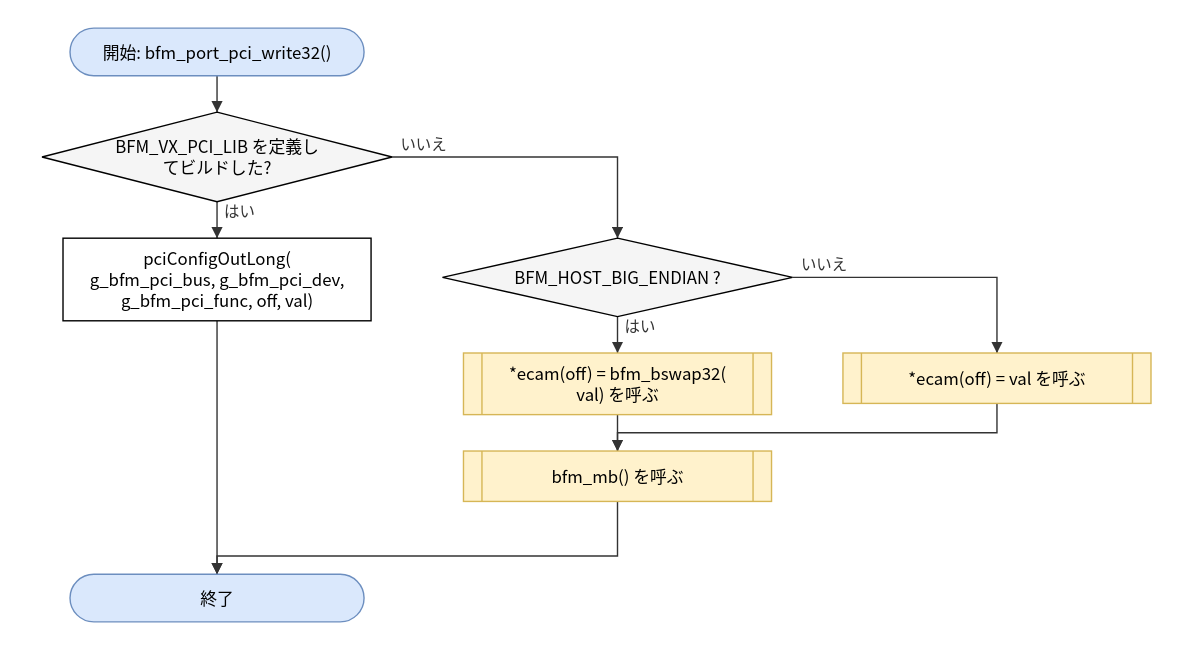
Before: doc/spec/images/flow_port_vxworks_port_vxworks__bfm_port_pci_write32.drawio.svg, a diagram exported from draw.io (hf355051012-ai/bfmem). Source tidied: cells renumbered, new cells last; positions are measured from the earlier drawing's top-left corner, leaving out a move shared by most shapes. Its diagram source:
```xml
<mxGraphModel>
  <root>
    <mxCell id="0" />
    <mxCell id="1" parent="0" />
    <mxCell id="2" value="開始: bfm_port_pci_write32()" style="rounded=1;arcSize=50;whiteSpace=wrap;html=1;fillColor=#dae8fc;strokeColor=#6c8ebf;" parent="1" vertex="1">
      <mxGeometry x="20" width="210" height="34" as="geometry" />
    </mxCell>
    <mxCell id="3" value="BFM_VX_PCI_LIB を定義し&lt;br&gt;てビルドした?" style="rhombus;whiteSpace=wrap;html=1;fillColor=#f5f5f5;" parent="1" vertex="1">
      <mxGeometry y="60" width="250" height="64" as="geometry" />
    </mxCell>
    <mxCell id="4" value="pciConfigOutLong(&lt;br&gt;g_bfm_pci_bus, g_bfm_pci_dev,&lt;br&gt;g_bfm_pci_func, off, val)" style="rounded=0;whiteSpace=wrap;html=1;" parent="1" vertex="1">
      <mxGeometry x="15" y="150" width="220" height="59" as="geometry" />
    </mxCell>
    <mxCell id="5" value="BFM_HOST_BIG_ENDIAN ?" style="rhombus;whiteSpace=wrap;html=1;fillColor=#f5f5f5;" parent="1" vertex="1">
      <mxGeometry x="286" y="150" width="250" height="56" as="geometry" />
    </mxCell>
    <mxCell id="6" value="*ecam(off) = bfm_bswap32(&lt;br&gt;val) を呼ぶ" style="shape=process;whiteSpace=wrap;html=1;backgroundOutline=1;size=0.06;fillColor=#fff2cc;strokeColor=#d6b656;" parent="1" vertex="1">
      <mxGeometry x="301" y="232" width="220" height="44" as="geometry" />
    </mxCell>
    <mxCell id="7" value="*ecam(off) = val を呼ぶ" style="shape=process;whiteSpace=wrap;html=1;backgroundOutline=1;size=0.06;fillColor=#fff2cc;strokeColor=#d6b656;" parent="1" vertex="1">
      <mxGeometry x="572" y="232" width="220" height="36" as="geometry" />
    </mxCell>
    <mxCell id="8" value="bfm_mb() を呼ぶ" style="shape=process;whiteSpace=wrap;html=1;backgroundOutline=1;size=0.06;fillColor=#fff2cc;strokeColor=#d6b656;" parent="1" vertex="1">
      <mxGeometry x="301" y="302" width="220" height="36" as="geometry" />
    </mxCell>
    <mxCell id="9" value="終了" style="rounded=1;arcSize=50;whiteSpace=wrap;html=1;fillColor=#dae8fc;strokeColor=#6c8ebf;" parent="1" vertex="1">
      <mxGeometry x="20" y="390" width="210" height="34" as="geometry" />
    </mxCell>
    <mxCell id="10" style="edgeStyle=none;html=1;rounded=0;endArrow=block;endFill=1;exitX=0.5000;exitY=1.0000;exitDx=0;exitDy=0;exitPerimeter=0;entryX=0.5000;entryY=0.0000;entryDx=0;entryDy=0;entryPerimeter=0;" parent="1" edge="1" source="2" target="3">
      <mxGeometry relative="1" as="geometry" />
    </mxCell>
    <mxCell id="11" value="はい" style="edgeStyle=none;html=1;rounded=0;endArrow=block;endFill=1;exitX=0.5000;exitY=1.0000;exitDx=0;exitDy=0;exitPerimeter=0;entryX=0.5000;entryY=0.0000;entryDx=0;entryDy=0;entryPerimeter=0;" parent="1" edge="1" source="3" target="4">
      <mxGeometry relative="1" as="geometry" />
    </mxCell>
    <mxCell id="12" value="いいえ" style="edgeStyle=none;html=1;rounded=0;endArrow=block;endFill=1;exitX=1.0000;exitY=0.5000;exitDx=0;exitDy=0;exitPerimeter=0;entryX=0.5000;entryY=0.0000;entryDx=0;entryDy=0;entryPerimeter=0;" parent="1" edge="1" source="3" target="5">
      <mxGeometry relative="1" as="geometry">
        <Array as="points">
          <mxPoint x="411" y="92" />
        </Array>
      </mxGeometry>
    </mxCell>
    <mxCell id="13" value="はい" style="edgeStyle=none;html=1;rounded=0;endArrow=block;endFill=1;exitX=0.5000;exitY=1.0000;exitDx=0;exitDy=0;exitPerimeter=0;entryX=0.5000;entryY=0.0000;entryDx=0;entryDy=0;entryPerimeter=0;" parent="1" edge="1" source="5" target="6">
      <mxGeometry relative="1" as="geometry" />
    </mxCell>
    <mxCell id="14" value="いいえ" style="edgeStyle=none;html=1;rounded=0;endArrow=block;endFill=1;exitX=1.0000;exitY=0.5000;exitDx=0;exitDy=0;exitPerimeter=0;entryX=0.5000;entryY=0.0000;entryDx=0;entryDy=0;entryPerimeter=0;" parent="1" edge="1" source="5" target="7">
      <mxGeometry relative="1" as="geometry">
        <Array as="points">
          <mxPoint x="682" y="178" />
        </Array>
      </mxGeometry>
    </mxCell>
    <mxCell id="15" style="edgeStyle=none;html=1;rounded=0;endArrow=block;endFill=1;exitX=0.5000;exitY=1.0000;exitDx=0;exitDy=0;exitPerimeter=0;entryX=0.5000;entryY=0.0000;entryDx=0;entryDy=0;entryPerimeter=0;" parent="1" edge="1" source="6" target="8">
      <mxGeometry relative="1" as="geometry" />
    </mxCell>
    <mxCell id="16" style="edgeStyle=none;html=1;rounded=0;endArrow=block;endFill=1;exitX=0.5000;exitY=1.0000;exitDx=0;exitDy=0;exitPerimeter=0;entryX=0.5000;entryY=0.0000;entryDx=0;entryDy=0;entryPerimeter=0;" parent="1" edge="1" source="7" target="8">
      <mxGeometry relative="1" as="geometry">
        <Array as="points">
          <mxPoint x="682" y="289" />
          <mxPoint x="411" y="289" />
        </Array>
      </mxGeometry>
    </mxCell>
    <mxCell id="17" style="edgeStyle=none;html=1;rounded=0;endArrow=block;endFill=1;exitX=0.5000;exitY=1.0000;exitDx=0;exitDy=0;exitPerimeter=0;entryX=0.5000;entryY=0.0000;entryDx=0;entryDy=0;entryPerimeter=0;" parent="1" edge="1" source="4" target="9">
      <mxGeometry relative="1" as="geometry" />
    </mxCell>
    <mxCell id="18" style="edgeStyle=none;html=1;rounded=0;endArrow=block;endFill=1;exitX=0.5000;exitY=1.0000;exitDx=0;exitDy=0;exitPerimeter=0;entryX=0.5000;entryY=0.0000;entryDx=0;entryDy=0;entryPerimeter=0;" parent="1" edge="1" source="8" target="9">
      <mxGeometry relative="1" as="geometry">
        <Array as="points">
          <mxPoint x="411" y="377" />
          <mxPoint x="125" y="377" />
        </Array>
      </mxGeometry>
    </mxCell>
  </root>
</mxGraphModel>
```
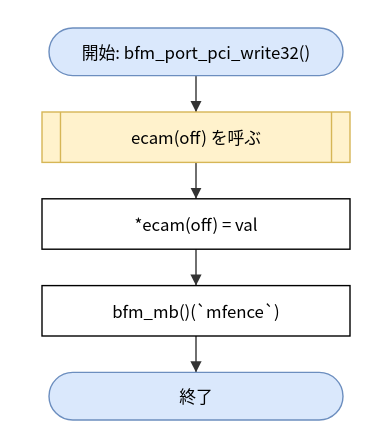
The same diagram one commit later.

Change to the diagram source:
```diff
@@ -3,73 +3,31 @@
     <mxCell id="0" />
     <mxCell id="1" parent="0" />
     <mxCell id="2" value="開始: bfm_port_pci_write32()" style="rounded=1;arcSize=50;whiteSpace=wrap;html=1;fillColor=#dae8fc;strokeColor=#6c8ebf;" parent="1" vertex="1">
-      <mxGeometry x="20" width="210" height="34" as="geometry" />
+      <mxGeometry x="5" width="210" height="34" as="geometry" />
     </mxCell>
-    <mxCell id="3" value="BFM_VX_PCI_LIB を定義し&lt;br&gt;てビルドした?" style="rhombus;whiteSpace=wrap;html=1;fillColor=#f5f5f5;" parent="1" vertex="1">
-      <mxGeometry y="60" width="250" height="64" as="geometry" />
+    <mxCell id="3" value="ecam(off) を呼ぶ" style="shape=process;whiteSpace=wrap;html=1;backgroundOutline=1;size=0.06;fillColor=#fff2cc;strokeColor=#d6b656;" parent="1" vertex="1">
+      <mxGeometry y="60" width="220" height="36" as="geometry" />
     </mxCell>
-    <mxCell id="4" value="pciConfigOutLong(&lt;br&gt;g_bfm_pci_bus, g_bfm_pci_dev,&lt;br&gt;g_bfm_pci_func, off, val)" style="rounded=0;whiteSpace=wrap;html=1;" parent="1" vertex="1">
-      <mxGeometry x="15" y="150" width="220" height="59" as="geometry" />
+    <mxCell id="4" value="*ecam(off) = val" style="rounded=0;whiteSpace=wrap;html=1;" parent="1" vertex="1">
+      <mxGeometry y="122" width="220" height="36" as="geometry" />
     </mxCell>
-    <mxCell id="5" value="BFM_HOST_BIG_ENDIAN ?" style="rhombus;whiteSpace=wrap;html=1;fillColor=#f5f5f5;" parent="1" vertex="1">
-      <mxGeometry x="286" y="150" width="250" height="56" as="geometry" />
+    <mxCell id="5" value="bfm_mb()(`mfence`)" style="rounded=0;whiteSpace=wrap;html=1;" parent="1" vertex="1">
+      <mxGeometry y="184" width="220" height="36" as="geometry" />
     </mxCell>
-    <mxCell id="6" value="*ecam(off) = bfm_bswap32(&lt;br&gt;val) を呼ぶ" style="shape=process;whiteSpace=wrap;html=1;backgroundOutline=1;size=0.06;fillColor=#fff2cc;strokeColor=#d6b656;" parent="1" vertex="1">
-      <mxGeometry x="301" y="232" width="220" height="44" as="geometry" />
+    <mxCell id="6" value="終了" style="rounded=1;arcSize=50;whiteSpace=wrap;html=1;fillColor=#dae8fc;strokeColor=#6c8ebf;" parent="1" vertex="1">
+      <mxGeometry x="5" y="246" width="210" height="34" as="geometry" />
     </mxCell>
-    <mxCell id="7" value="*ecam(off) = val を呼ぶ" style="shape=process;whiteSpace=wrap;html=1;backgroundOutline=1;size=0.06;fillColor=#fff2cc;strokeColor=#d6b656;" parent="1" vertex="1">
-      <mxGeometry x="572" y="232" width="220" height="36" as="geometry" />
-    </mxCell>
-    <mxCell id="8" value="bfm_mb() を呼ぶ" style="shape=process;whiteSpace=wrap;html=1;backgroundOutline=1;size=0.06;fillColor=#fff2cc;strokeColor=#d6b656;" parent="1" vertex="1">
-      <mxGeometry x="301" y="302" width="220" height="36" as="geometry" />
-    </mxCell>
-    <mxCell id="9" value="終了" style="rounded=1;arcSize=50;whiteSpace=wrap;html=1;fillColor=#dae8fc;strokeColor=#6c8ebf;" parent="1" vertex="1">
-      <mxGeometry x="20" y="390" width="210" height="34" as="geometry" />
-    </mxCell>
     <mxCell id="10" style="edgeStyle=none;html=1;rounded=0;endArrow=block;endFill=1;exitX=0.5000;exitY=1.0000;exitDx=0;exitDy=0;exitPerimeter=0;entryX=0.5000;entryY=0.0000;entryDx=0;entryDy=0;entryPerimeter=0;" parent="1" edge="1" source="2" target="3">
       <mxGeometry relative="1" as="geometry" />
     </mxCell>
-    <mxCell id="11" value="はい" style="edgeStyle=none;html=1;rounded=0;endArrow=block;endFill=1;exitX=0.5000;exitY=1.0000;exitDx=0;exitDy=0;exitPerimeter=0;entryX=0.5000;entryY=0.0000;entryDx=0;entryDy=0;entryPerimeter=0;" parent="1" edge="1" source="3" target="4">
+    <mxCell id="11" style="edgeStyle=none;html=1;rounded=0;endArrow=block;endFill=1;exitX=0.5000;exitY=1.0000;exitDx=0;exitDy=0;exitPerimeter=0;entryX=0.5000;entryY=0.0000;entryDx=0;entryDy=0;entryPerimeter=0;" parent="1" edge="1" source="3" target="4">
       <mxGeometry relative="1" as="geometry" />
     </mxCell>
-    <mxCell id="12" value="いいえ" style="edgeStyle=none;html=1;rounded=0;endArrow=block;endFill=1;exitX=1.0000;exitY=0.5000;exitDx=0;exitDy=0;exitPerimeter=0;entryX=0.5000;entryY=0.0000;entryDx=0;entryDy=0;entryPerimeter=0;" parent="1" edge="1" source="3" target="5">
-      <mxGeometry relative="1" as="geometry">
-        <Array as="points">
-          <mxPoint x="411" y="92" />
-        </Array>
-      </mxGeometry>
+    <mxCell id="12" style="edgeStyle=none;html=1;rounded=0;endArrow=block;endFill=1;exitX=0.5000;exitY=1.0000;exitDx=0;exitDy=0;exitPerimeter=0;entryX=0.5000;entryY=0.0000;entryDx=0;entryDy=0;entryPerimeter=0;" parent="1" edge="1" source="4" target="5">
+      <mxGeometry relative="1" as="geometry" />
     </mxCell>
-    <mxCell id="13" value="はい" style="edgeStyle=none;html=1;rounded=0;endArrow=block;endFill=1;exitX=0.5000;exitY=1.0000;exitDx=0;exitDy=0;exitPerimeter=0;entryX=0.5000;entryY=0.0000;entryDx=0;entryDy=0;entryPerimeter=0;" parent="1" edge="1" source="5" target="6">
+    <mxCell id="13" style="edgeStyle=none;html=1;rounded=0;endArrow=block;endFill=1;exitX=0.5000;exitY=1.0000;exitDx=0;exitDy=0;exitPerimeter=0;entryX=0.5000;entryY=0.0000;entryDx=0;entryDy=0;entryPerimeter=0;" parent="1" edge="1" source="5" target="6">
       <mxGeometry relative="1" as="geometry" />
     </mxCell>
-    <mxCell id="14" value="いいえ" style="edgeStyle=none;html=1;rounded=0;endArrow=block;endFill=1;exitX=1.0000;exitY=0.5000;exitDx=0;exitDy=0;exitPerimeter=0;entryX=0.5000;entryY=0.0000;entryDx=0;entryDy=0;entryPerimeter=0;" parent="1" edge="1" source="5" target="7">
-      <mxGeometry relative="1" as="geometry">
-        <Array as="points">
-          <mxPoint x="682" y="178" />
-        </Array>
-      </mxGeometry>
-    </mxCell>
-    <mxCell id="15" style="edgeStyle=none;html=1;rounded=0;endArrow=block;endFill=1;exitX=0.5000;exitY=1.0000;exitDx=0;exitDy=0;exitPerimeter=0;entryX=0.5000;entryY=0.0000;entryDx=0;entryDy=0;entryPerimeter=0;" parent="1" edge="1" source="6" target="8">
-      <mxGeometry relative="1" as="geometry" />
-    </mxCell>
-    <mxCell id="16" style="edgeStyle=none;html=1;rounded=0;endArrow=block;endFill=1;exitX=0.5000;exitY=1.0000;exitDx=0;exitDy=0;exitPerimeter=0;entryX=0.5000;entryY=0.0000;entryDx=0;entryDy=0;entryPerimeter=0;" parent="1" edge="1" source="7" target="8">
-      <mxGeometry relative="1" as="geometry">
-        <Array as="points">
-          <mxPoint x="682" y="289" />
-          <mxPoint x="411" y="289" />
-        </Array>
-      </mxGeometry>
-    </mxCell>
-    <mxCell id="17" style="edgeStyle=none;html=1;rounded=0;endArrow=block;endFill=1;exitX=0.5000;exitY=1.0000;exitDx=0;exitDy=0;exitPerimeter=0;entryX=0.5000;entryY=0.0000;entryDx=0;entryDy=0;entryPerimeter=0;" parent="1" edge="1" source="4" target="9">
-      <mxGeometry relative="1" as="geometry" />
-    </mxCell>
-    <mxCell id="18" style="edgeStyle=none;html=1;rounded=0;endArrow=block;endFill=1;exitX=0.5000;exitY=1.0000;exitDx=0;exitDy=0;exitPerimeter=0;entryX=0.5000;entryY=0.0000;entryDx=0;entryDy=0;entryPerimeter=0;" parent="1" edge="1" source="8" target="9">
-      <mxGeometry relative="1" as="geometry">
-        <Array as="points">
-          <mxPoint x="411" y="377" />
-          <mxPoint x="125" y="377" />
-        </Array>
-      </mxGeometry>
-    </mxCell>
   </root>
 </mxGraphModel>
```
